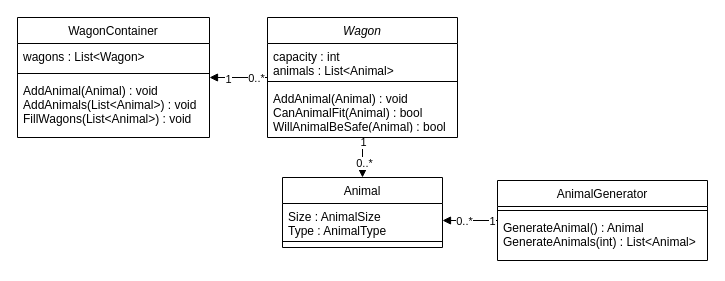
The draw.io diagram Sprint4/ExtraOpdrachten/CircusTreinV2ClassDiagram.drawio in Thomas-Molen/S2CMKThomasvanderMolen, before the edit. Source tidied: cells renumbered, new cells numbered last; positions are measured from the earlier drawing's top-left corner, leaving out a move shared by most shapes. Both pictures are drawn from the tidied source at 100%, with x=0, y=0 at pixel (17, 17).
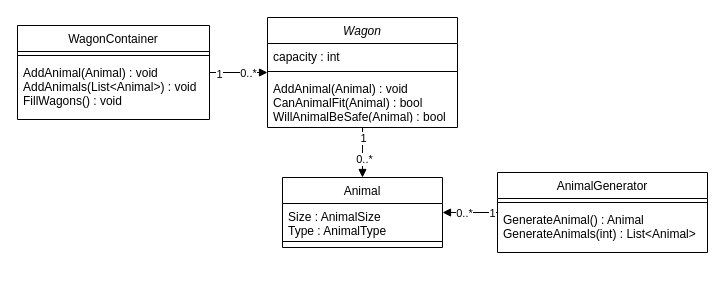
The same page after the edit.

Unchanged cells that the change refers to:
```xml
<mxCell id="2" style="edgeStyle=orthogonalEdgeStyle;rounded=0;jettySize=auto;html=1;entryX=0.5;entryY=0;entryDx=0;entryDy=0;endArrow=block;endFill=1;" parent="1" edge="1" source="8" target="12">
  <mxGeometry relative="1" as="geometry" />
</mxCell>
<mxCell id="13" value="Size : AnimalSize&#10;Type : AnimalType" style="text;align=left;verticalAlign=top;spacingLeft=4;spacingRight=4;overflow=hidden;points=[[0,0.5],[1,0.5]];portConstraint=eastwest;" parent="12" vertex="1">
  <mxGeometry y="26" width="160" height="34" as="geometry" />
</mxCell>
```

The edit, as a diff of the source:
```diff
@@
     <mxCell id="3" value="1" style="edgeLabel;html=1;align=center;verticalAlign=middle;" parent="2" vertex="1">
-      <mxGeometry x="-0.8" relative="1" as="geometry" />
+      <mxGeometry x="-0.8" relative="1" as="geometry">
+        <mxPoint y="5" as="offset" />
+      </mxGeometry>
     </mxCell>
@@
-    <mxCell id="5" style="edgeStyle=orthogonalEdgeStyle;rounded=0;jettySize=auto;html=1;entryX=1;entryY=0.5;entryDx=0;entryDy=0;endArrow=block;endFill=1;" parent="1" edge="1" source="8" target="21">
+    <mxCell id="5" style="edgeStyle=orthogonalEdgeStyle;rounded=0;jettySize=auto;html=1;entryX=1;entryY=0.5;entryDx=0;entryDy=0;endArrow=none;endFill=0;startArrow=block;startFill=1;" parent="1" edge="1" source="8" target="21">
       <mxGeometry relative="1" as="geometry" />
     </mxCell>
     <mxCell id="6" value="0..*" style="edgeLabel;html=1;align=center;verticalAlign=middle;" parent="5" vertex="1">
       <mxGeometry x="-0.8" y="1" relative="1" as="geometry">
-        <mxPoint x="-6" y="-1" as="offset" />
+        <mxPoint x="-14" y="-1" as="offset" />
       </mxGeometry>
     </mxCell>
     <mxCell id="7" value="1" style="edgeLabel;html=1;align=center;verticalAlign=middle;" parent="5" vertex="1">
       <mxGeometry x="0.32" y="1" relative="1" as="geometry">
-        <mxPoint x="-2" as="offset" />
+        <mxPoint x="-11" as="offset" />
       </mxGeometry>
     </mxCell>
     <mxCell id="8" value="Wagon" style="swimlane;fontStyle=2;align=center;verticalAlign=top;horizontal=1;startSize=26;rounded=0;shadow=0;strokeWidth=1;" parent="1" vertex="1">
-      <mxGeometry x="250" width="190" height="120" as="geometry" />
+      <mxGeometry x="250" width="190" height="110" as="geometry" />
     </mxCell>
-    <mxCell id="9" value="capacity : int&#10;animals : List&lt;Animal&gt;" style="text;align=left;verticalAlign=top;spacingLeft=4;spacingRight=4;overflow=hidden;rounded=0;shadow=0;html=0;" parent="8" vertex="1">
-      <mxGeometry y="26" width="190" height="34" as="geometry" />
+    <mxCell id="9" value="capacity : int" style="text;align=left;verticalAlign=top;spacingLeft=4;spacingRight=4;overflow=hidden;rounded=0;shadow=0;html=0;" parent="8" vertex="1">
+      <mxGeometry y="26" width="190" height="24" as="geometry" />
     </mxCell>
     <mxCell id="10" style="line;html=1;strokeWidth=1;align=left;verticalAlign=middle;spacingTop=-1;spacingLeft=3;spacingRight=3;labelPosition=right;" parent="8" vertex="1">
-      <mxGeometry y="60" width="190" height="8" as="geometry" />
+      <mxGeometry y="50" width="190" height="8" as="geometry" />
     </mxCell>
     <mxCell id="11" value="AddAnimal(Animal) : void&#10;CanAnimalFit(Animal) : bool&#10;WillAnimalBeSafe(Animal) : bool" style="text;align=left;verticalAlign=top;spacingLeft=4;spacingRight=4;overflow=hidden;" parent="8" vertex="1">
-      <mxGeometry y="68" width="190" height="42" as="geometry" />
+      <mxGeometry y="58" width="190" height="42" as="geometry" />
     </mxCell>
@@
-    <mxCell id="15" style="edgeStyle=orthogonalEdgeStyle;rounded=0;jettySize=auto;html=1;entryX=1;entryY=0.5;entryDx=0;entryDy=0;endArrow=block;endFill=1;" parent="1" edge="1" source="18" target="13">
-      <mxGeometry relative="1" as="geometry" />
+    <mxCell id="15" style="edgeStyle=orthogonalEdgeStyle;rounded=0;jettySize=auto;html=1;endArrow=block;endFill=1;" parent="1" edge="1" source="18">
+      <mxGeometry relative="1" as="geometry">
+        <mxPoint x="425" y="195" as="targetPoint" />
+        <Array as="points">
+          <mxPoint x="425" y="195" />
+        </Array>
+      </mxGeometry>
     </mxCell>
@@
     <mxCell id="18" value="AnimalGenerator" style="swimlane;fontStyle=0;align=center;verticalAlign=top;horizontal=1;startSize=26;rounded=0;shadow=0;strokeWidth=1;" parent="1" vertex="1">
-      <mxGeometry x="480" y="163" width="210" height="80" as="geometry" />
+      <mxGeometry x="480" y="155" width="210" height="80" as="geometry" />
     </mxCell>
@@
     <mxCell id="21" value="WagonContainer" style="swimlane;fontStyle=0;align=center;verticalAlign=top;horizontal=1;startSize=26;rounded=0;shadow=0;strokeWidth=1;" parent="1" vertex="1">
-      <mxGeometry width="192" height="120" as="geometry" />
+      <mxGeometry y="8" width="192" height="94" as="geometry" />
     </mxCell>
-    <mxCell id="22" value="wagons : List&lt;Wagon&gt;" style="text;align=left;verticalAlign=top;spacingLeft=4;spacingRight=4;overflow=hidden;" parent="21" vertex="1">
-      <mxGeometry y="26" width="192" height="26" as="geometry" />
-    </mxCell>
     <mxCell id="23" style="line;html=1;strokeWidth=1;align=left;verticalAlign=middle;spacingTop=-1;spacingLeft=3;spacingRight=3;labelPosition=right;" parent="21" vertex="1">
-      <mxGeometry y="52" width="192" height="8" as="geometry" />
+      <mxGeometry y="26" width="192" height="8" as="geometry" />
     </mxCell>
-    <mxCell id="24" value="AddAnimal(Animal) : void&#10;AddAnimals(List&lt;Animal&gt;) : void&#10;FillWagons(List&lt;Animal&gt;) : void" style="text;align=left;verticalAlign=top;spacingLeft=4;spacingRight=4;overflow=hidden;" parent="21" vertex="1">
-      <mxGeometry y="60" width="192" height="60" as="geometry" />
+    <mxCell id="24" value="AddAnimal(Animal) : void&#10;AddAnimals(List&lt;Animal&gt;) : void&#10;FillWagons() : void" style="text;align=left;verticalAlign=top;spacingLeft=4;spacingRight=4;overflow=hidden;" parent="21" vertex="1">
+      <mxGeometry y="34" width="192" height="60" as="geometry" />
     </mxCell>
```
